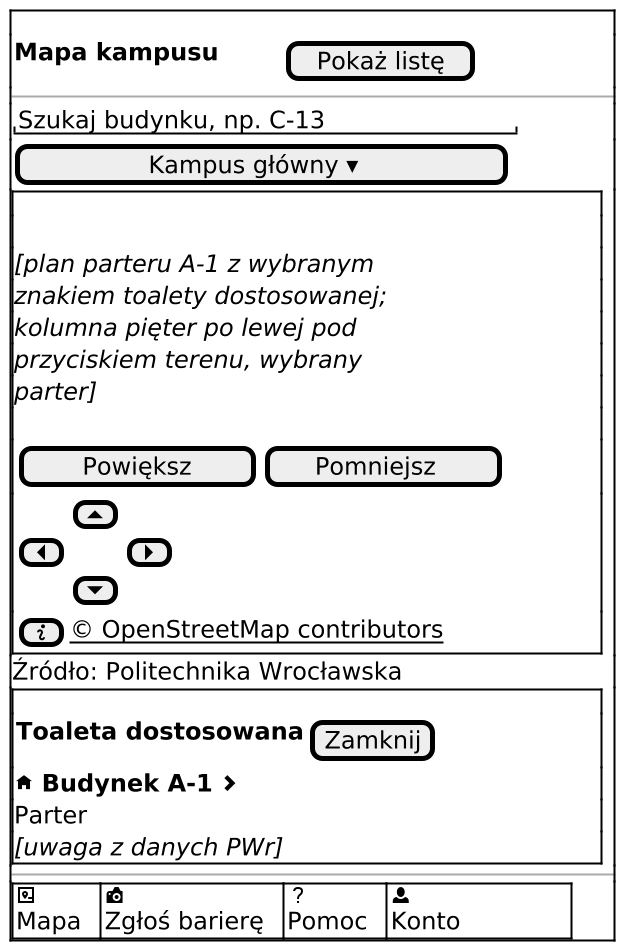
Before: docs/docs/_generated/m-v1-mapa-toaleta.png, a diagram exported from PlantUML (dostepny-kampus/dostepny-kampus). The source it was exported from:
```plantuml
@startsalt
' V1 Mapa kampusu, arkusz toalety po dotknięciu znaku toalety na planie (US16.1). Wiersz budynku
' pod nagłówkiem otwiera kartę V2; piętro stoi pod nim.
!include _wspolne.iuml
!include _odwiedzajacy.iuml
$ekran_poczatek()
$naglowek_mapy("Pokaż listę")
$pole_tekstowe("Szukaj budynku, np. C-13")
$przycisk("Kampus główny ▾")
$mapa("plan parteru A-1 z wybranym znakiem toalety dostosowanej; kolumna pięter po lewej pod przyciskiem terenu, wybrany parter", "", "info")
Źródło: Politechnika Wrocławska
$ramka()
{ <b>Toaleta dostosowana</b> | [Zamknij] }
$wiersz_budynku()
Parter
$tekst("[uwaga z danych PWr]", "i")
}
$pasek_dolny_konto()
$ekran_koniec()
@endsalt
```
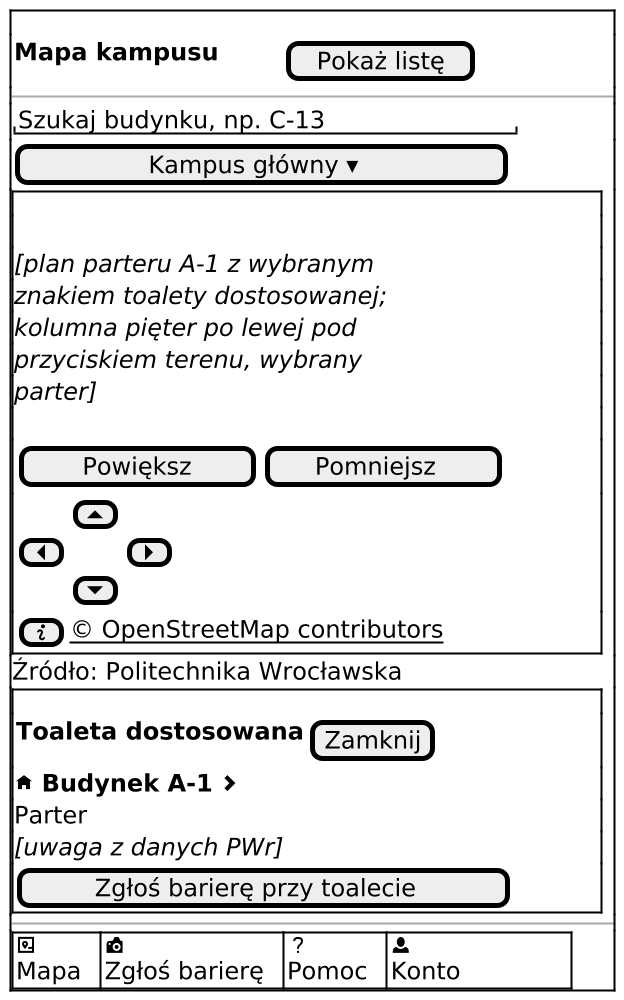
Above is the later version.

Change to the diagram source:
```diff
@@ -14,6 +14,7 @@
 $wiersz_budynku()
 Parter
 $tekst("[uwaga z danych PWr]", "i")
+$przycisk("Zgłoś barierę przy toalecie")
 }
 $pasek_dolny_konto()
 $ekran_koniec()
```
